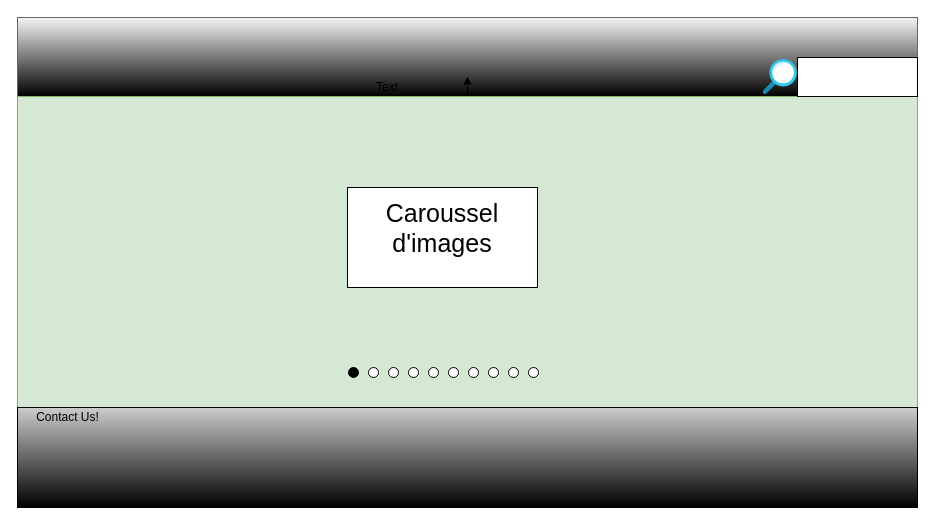
This is Untitled Diagram.drawio from At0micA55/school_stuff, a draw.io file, before an edit. Source tidied: cells renumbered, new cells numbered last; positions are measured from the earlier drawing's top-left corner, leaving out a move shared by most shapes. Both pictures are drawn from the tidied source at 100%, with x=0, y=0 at pixel (17, 17).
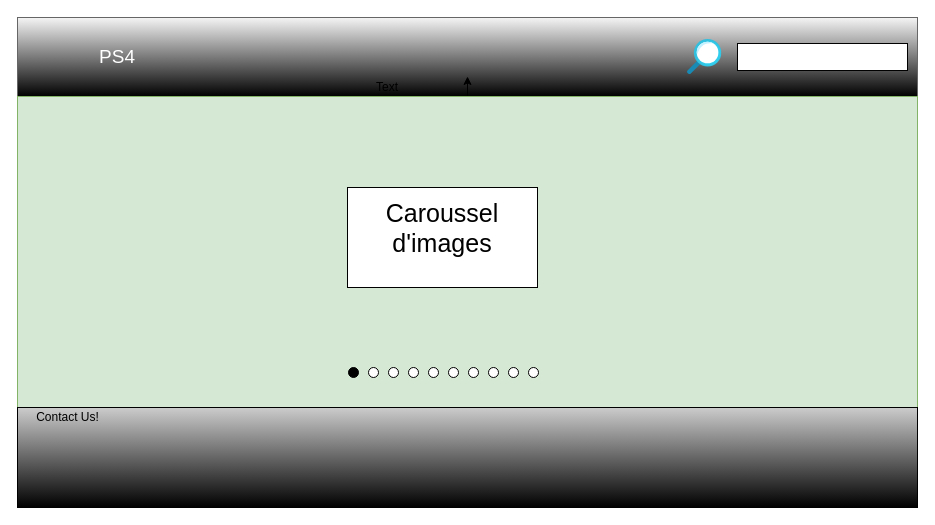
The same page after the edit.

Change to the diagram source:
```diff
@@
     <mxCell id="22" style="rounded=0;whiteSpace=wrap;html=1;fillColor=#FFFFFF;" parent="1" vertex="1">
-      <mxGeometry x="780" y="40" width="120" height="39" as="geometry" />
+      <mxGeometry x="720" y="26" width="170" height="27" as="geometry" />
     </mxCell>
     <mxCell id="23" style="html=1;align=center;image;fontSize=12;image=img/lib/azure2/general/Search.svg;fillColor=#000000;gradientColor=#CCCCCC;" parent="1" vertex="1">
-      <mxGeometry x="745.5" y="42" width="34.5" height="35" as="geometry" />
+      <mxGeometry x="670" y="22" width="34.5" height="35" as="geometry" />
     </mxCell>
+    <mxCell id="24" value="&lt;font style=&quot;font-size: 19px&quot; color=&quot;#FFFFFF&quot;&gt;PS4&lt;/font&gt;" style="text;html=1;strokeColor=none;fillColor=none;align=center;verticalAlign=middle;whiteSpace=wrap;rounded=0;" parent="1" vertex="1">
+      <mxGeometry x="80" y="29.5" width="40" height="20" as="geometry" />
+    </mxCell>
```
